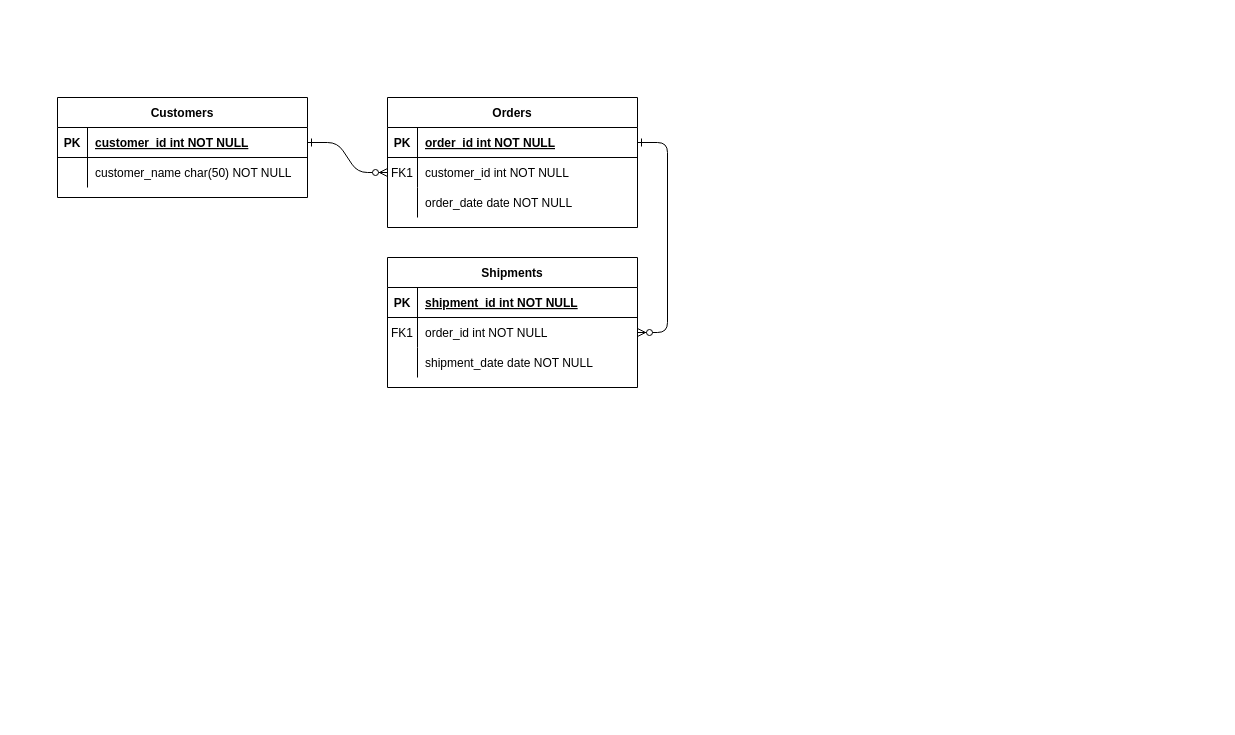
Above: Untitled Diagram.drawio in Sondaicus/FP-Uppgift_1 (draw.io), before the change. Source tidied: cells renumbered, new cells numbered last; positions are measured from the earlier drawing's top-left corner, leaving out a move shared by most shapes. Both pictures are drawn from the tidied source at 100%, with x=0, y=0 at pixel (57, 97).
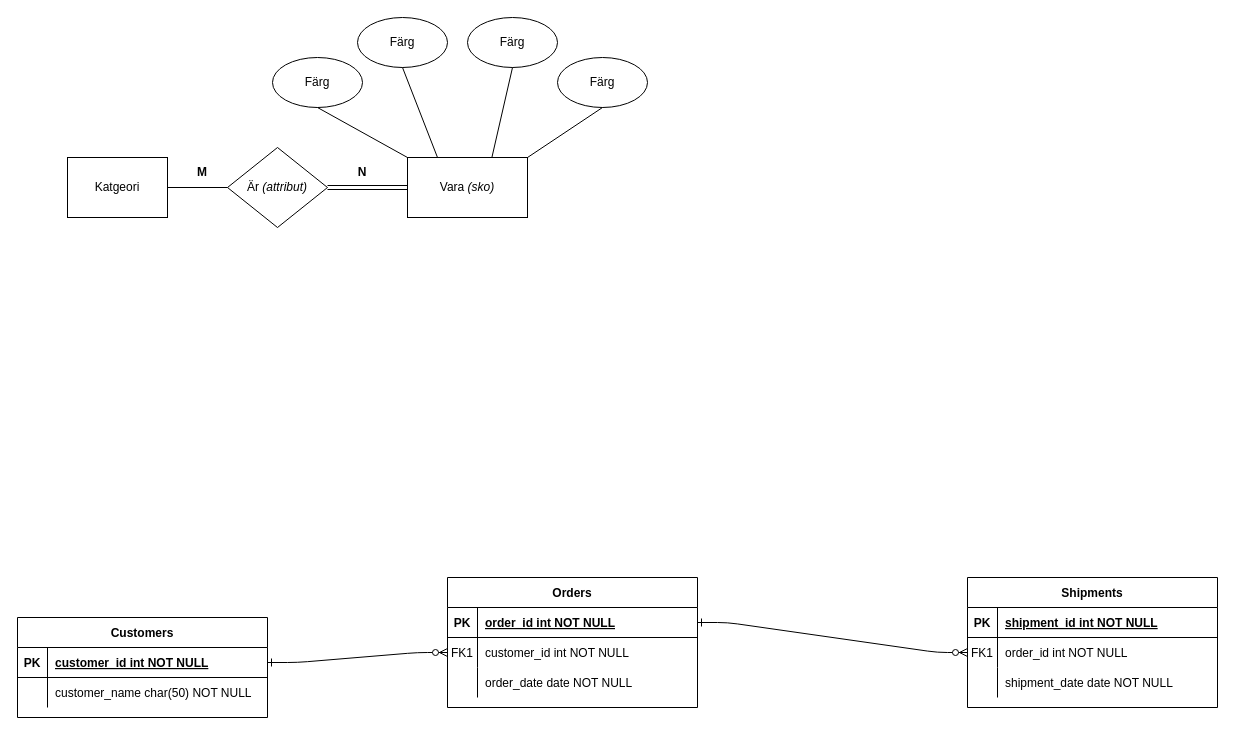
Above is the later version.

Change to the diagram source:
```diff
@@
     <mxCell id="4" value="Orders" style="shape=table;startSize=30;childLayout=tableLayout;rowLines=0;fontStyle=1;align=center;" parent="1" vertex="1">
-      <mxGeometry x="330" width="250" height="130" as="geometry" />
+      <mxGeometry x="390" y="480" width="250" height="130" as="geometry" />
     </mxCell>
@@
     <mxCell id="14" value="Shipments" style="shape=table;startSize=30;childLayout=tableLayout;rowLines=0;fontStyle=1;align=center;" parent="1" vertex="1">
-      <mxGeometry x="330" y="160" width="250" height="130" as="geometry" />
+      <mxGeometry x="910" y="480" width="250" height="130" as="geometry" />
     </mxCell>
@@
     <mxCell id="24" value="Customers" style="shape=table;startSize=30;childLayout=tableLayout;rowLines=0;fontStyle=1;align=center;" parent="1" vertex="1">
-      <mxGeometry width="250" height="100" as="geometry" />
+      <mxGeometry x="-40" y="520" width="250" height="100" as="geometry" />
     </mxCell>
@@
+    <mxCell id="31" value="Vara &lt;i&gt;(sko)&lt;/i&gt;" style="rounded=0;whiteSpace=wrap;html=1;" parent="1" vertex="1">
+      <mxGeometry x="350" y="60" width="120" height="60" as="geometry" />
+    </mxCell>
+    <mxCell id="32" value="Färg" style="ellipse;whiteSpace=wrap;html=1;" parent="1" vertex="1">
+      <mxGeometry x="215" y="-40" width="90" height="50" as="geometry" />
+    </mxCell>
+    <mxCell id="33" style="endArrow=none;html=1;entryX=0.5;entryY=1;entryDx=0;entryDy=0;exitX=0;exitY=0;exitDx=0;exitDy=0;" parent="1" edge="1" source="31" target="32">
+      <mxGeometry relative="1" as="geometry" />
+    </mxCell>
+    <mxCell id="34" value="Färg" style="ellipse;whiteSpace=wrap;html=1;" parent="1" vertex="1">
+      <mxGeometry x="300" y="-80" width="90" height="50" as="geometry" />
+    </mxCell>
+    <mxCell id="35" style="endArrow=none;html=1;entryX=0.5;entryY=1;entryDx=0;entryDy=0;exitX=0.25;exitY=0;exitDx=0;exitDy=0;" parent="1" edge="1" source="31" target="34">
+      <mxGeometry relative="1" as="geometry" />
+    </mxCell>
+    <mxCell id="36" value="Färg" style="ellipse;whiteSpace=wrap;html=1;" parent="1" vertex="1">
+      <mxGeometry x="410" y="-80" width="90" height="50" as="geometry" />
+    </mxCell>
+    <mxCell id="37" style="endArrow=none;html=1;entryX=0.5;entryY=1;entryDx=0;entryDy=0;exitX=0.704;exitY=-0.006;exitDx=0;exitDy=0;exitPerimeter=0;" parent="1" edge="1" source="31" target="36">
+      <mxGeometry relative="1" as="geometry" />
+    </mxCell>
+    <mxCell id="38" value="Färg" style="ellipse;whiteSpace=wrap;html=1;" parent="1" vertex="1">
+      <mxGeometry x="500" y="-40" width="90" height="50" as="geometry" />
+    </mxCell>
+    <mxCell id="39" style="endArrow=none;html=1;entryX=0.5;entryY=1;entryDx=0;entryDy=0;exitX=1;exitY=0;exitDx=0;exitDy=0;" parent="1" edge="1" source="31" target="38">
+      <mxGeometry relative="1" as="geometry" />
+    </mxCell>
+    <mxCell id="40" style="edgeStyle=orthogonalEdgeStyle;rounded=0;jettySize=auto;html=1;entryX=0;entryY=0.5;entryDx=0;entryDy=0;shape=link;" parent="1" edge="1" source="41" target="31">
+      <mxGeometry relative="1" as="geometry" />
+    </mxCell>
+    <mxCell id="41" value="Är &lt;i&gt;(attribut)&lt;/i&gt;" style="rhombus;whiteSpace=wrap;html=1;" parent="1" vertex="1">
+      <mxGeometry x="170" y="50" width="100" height="80" as="geometry" />
+    </mxCell>
+    <mxCell id="42" value="Katgeori" style="rounded=0;whiteSpace=wrap;html=1;" parent="1" vertex="1">
+      <mxGeometry x="10" y="60" width="100" height="60" as="geometry" />
+    </mxCell>
+    <mxCell id="43" style="endArrow=none;html=1;entryX=1;entryY=0.5;entryDx=0;entryDy=0;exitX=0;exitY=0.5;exitDx=0;exitDy=0;" parent="1" edge="1" source="41" target="42">
+      <mxGeometry relative="1" as="geometry" />
+    </mxCell>
+    <mxCell id="44" value="&lt;b&gt;N&lt;/b&gt;" style="text;html=1;strokeColor=none;fillColor=none;align=center;verticalAlign=middle;whiteSpace=wrap;rounded=0;" parent="1" vertex="1">
+      <mxGeometry x="280" y="60" width="50" height="30" as="geometry" />
+    </mxCell>
+    <mxCell id="45" value="&lt;b&gt;M&lt;/b&gt;" style="text;html=1;strokeColor=none;fillColor=none;align=center;verticalAlign=middle;whiteSpace=wrap;rounded=0;" parent="1" vertex="1">
+      <mxGeometry x="120" y="60" width="50" height="30" as="geometry" />
+    </mxCell>
```
